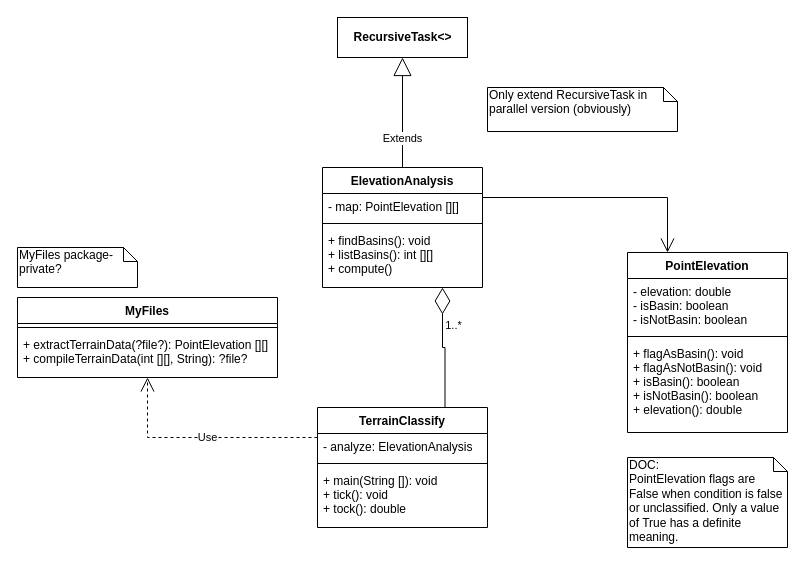
Earlier version of the draw.io diagram misc/class-diagram.drawio (averyhs/CSC2002-Assignment1). Source tidied: cells renumbered, new cells numbered last; positions are measured from the earlier drawing's top-left corner, leaving out a move shared by most shapes. Both pictures are drawn from the tidied source at 100%, with x=0, y=0 at pixel (17, 17).
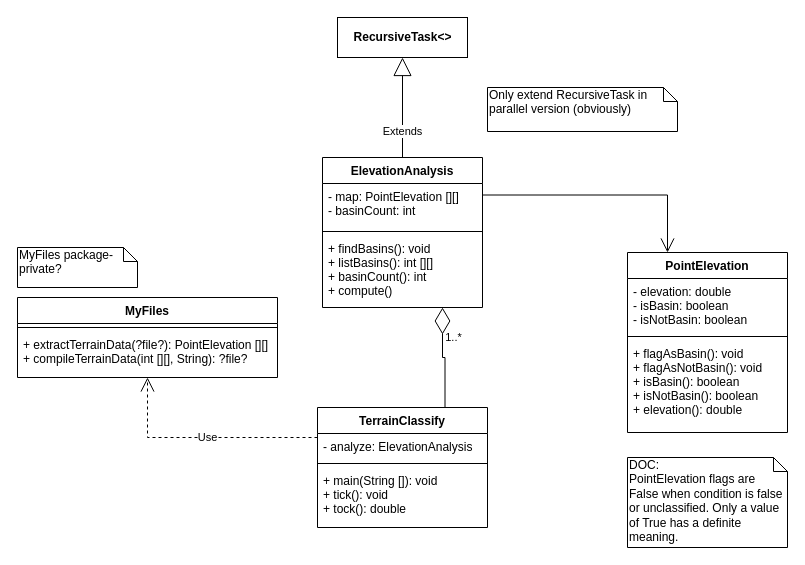
The same diagram, later.

Commit message (it also covers changes not shown here):
Implemented ElevationAnalysis listBasins(), basinCount()

ElevationAnalysis: Wrote listBasins() method. Added a basinCount field and accessor. Made the basin-defining difference in elevation a class constant.

Diff of the diagram source:
```diff
@@
     <mxCell id="22" value="ElevationAnalysis" style="swimlane;fontStyle=1;align=center;verticalAlign=top;horizontal=1;startSize=26;" parent="1" vertex="1">
-      <mxGeometry x="305" y="150" width="160" height="120" as="geometry" />
+      <mxGeometry x="305" y="140" width="160" height="150" as="geometry" />
     </mxCell>
-    <mxCell id="23" value="- map: PointElevation [][]" style="text;strokeColor=none;fillColor=none;align=left;verticalAlign=top;spacingLeft=4;spacingRight=4;overflow=hidden;" parent="22" vertex="1">
-      <mxGeometry y="26" width="160" height="26" as="geometry" />
+    <mxCell id="23" value="- map: PointElevation [][]&#10;- basinCount: int&#10;" style="text;strokeColor=none;fillColor=none;align=left;verticalAlign=top;spacingLeft=4;spacingRight=4;overflow=hidden;" parent="22" vertex="1">
+      <mxGeometry y="26" width="160" height="44" as="geometry" />
     </mxCell>
     <mxCell id="24" style="line;strokeWidth=1;fillColor=none;align=left;verticalAlign=middle;spacingTop=-1;spacingLeft=3;spacingRight=3;labelPosition=right;" parent="22" vertex="1">
-      <mxGeometry y="52" width="160" height="8" as="geometry" />
+      <mxGeometry y="70" width="160" height="8" as="geometry" />
     </mxCell>
-    <mxCell id="25" value="+ findBasins(): void&#10;+ listBasins(): int [][]&#10;+ compute()&#10;" style="text;strokeColor=none;fillColor=none;align=left;verticalAlign=top;spacingLeft=4;spacingRight=4;overflow=hidden;" parent="22" vertex="1">
-      <mxGeometry y="60" width="160" height="60" as="geometry" />
+    <mxCell id="25" value="+ findBasins(): void&#10;+ listBasins(): int [][]&#10;+ basinCount(): int&#10;+ compute()&#10;" style="text;strokeColor=none;fillColor=none;align=left;verticalAlign=top;spacingLeft=4;spacingRight=4;overflow=hidden;" parent="22" vertex="1">
+      <mxGeometry y="78" width="160" height="72" as="geometry" />
     </mxCell>
```
